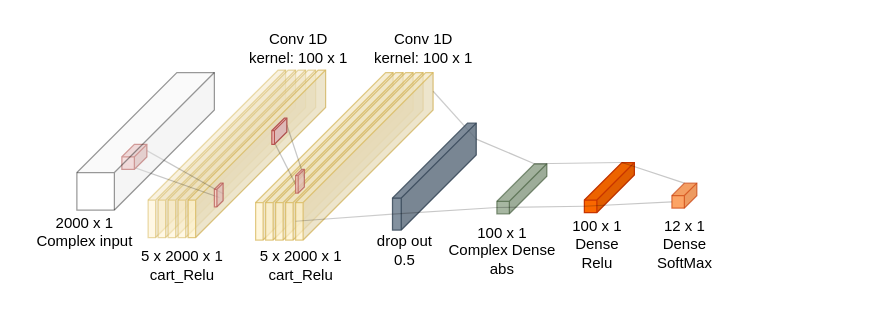
mkashani-phd/BLEWBAN_Dataset keeps this draw.io diagram as Examples/img/CVNN.drawio. Above is the earlier version. Source tidied: cells renumbered, new cells numbered last; positions are measured from the earlier drawing's top-left corner, leaving out a move shared by most shapes. Both pictures are drawn from the tidied source at 125%, with x=0, y=0 at pixel (21, 21).
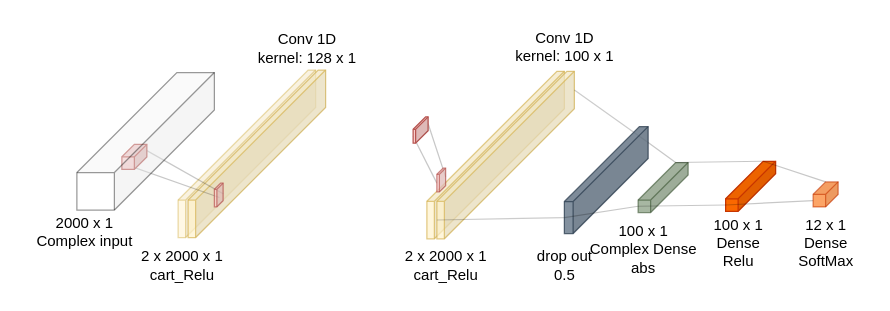
Above is the later version.

Diff of the diagram source:
```diff
@@
-    <mxCell id="3" value="Conv 1D&lt;br&gt;kernel: 100 x 1&lt;br&gt;" style="text;html=1;align=center;verticalAlign=middle;strokeColor=none;fillColor=none;" parent="1" vertex="1">
-      <mxGeometry x="171" y="0.5" width="100" height="40" as="geometry" />
+    <mxCell id="3" value="Conv 1D&lt;br&gt;kernel: 128 x 1" style="text;html=1;align=center;verticalAlign=middle;strokeColor=none;fillColor=none;" parent="1" vertex="1">
+      <mxGeometry x="177.5" y="0.5" width="100" height="40" as="geometry" />
     </mxCell>
-    <mxCell id="4" style="shape=cube;whiteSpace=wrap;html=1;boundedLbl=1;backgroundOutline=1;darkOpacity=0.05;darkOpacity2=0.1;size=104;rotation=0;flipV=0;flipH=1;fillColor=#fff2cc;strokeColor=#d6b656;opacity=50;" parent="1" vertex="1">
-      <mxGeometry x="101" y="38.5" width="110" height="134" as="geometry" />
-    </mxCell>
-    <mxCell id="5" style="shape=cube;whiteSpace=wrap;html=1;boundedLbl=1;backgroundOutline=1;darkOpacity=0.05;darkOpacity2=0.1;size=104;rotation=0;flipV=0;flipH=1;fillColor=#fff2cc;strokeColor=#d6b656;opacity=50;" parent="1" vertex="1">
-      <mxGeometry x="109" y="38.5" width="110" height="134" as="geometry" />
-    </mxCell>
-    <mxCell id="6" style="shape=cube;whiteSpace=wrap;html=1;boundedLbl=1;backgroundOutline=1;darkOpacity=0.05;darkOpacity2=0.1;size=104;rotation=0;flipV=0;flipH=1;fillColor=#fff2cc;strokeColor=#d6b656;opacity=50;" parent="1" vertex="1">
-      <mxGeometry x="117" y="38.5" width="110" height="134" as="geometry" />
-    </mxCell>
@@
-    <mxCell id="12" value="5 x 2000 x 1&lt;br&gt;cart_Relu" style="text;html=1;align=center;verticalAlign=middle;strokeColor=none;fillColor=none;" parent="1" vertex="1">
+    <mxCell id="12" value="2 x 2000 x 1&lt;br&gt;cart_Relu" style="text;html=1;align=center;verticalAlign=middle;strokeColor=none;fillColor=none;" parent="1" vertex="1">
       <mxGeometry x="83" y="174.5" width="90" height="40" as="geometry" />
     </mxCell>
     <mxCell id="13" value="Conv 1D&lt;br&gt;kernel: 100 x 1" style="text;html=1;align=center;verticalAlign=middle;strokeColor=none;fillColor=none;" parent="1" vertex="1">
-      <mxGeometry x="271" y="0.5" width="100" height="40" as="geometry" />
+      <mxGeometry x="384" y="-0.5" width="100" height="40" as="geometry" />
     </mxCell>
-    <mxCell id="14" style="shape=cube;whiteSpace=wrap;html=1;boundedLbl=1;backgroundOutline=1;darkOpacity=0.05;darkOpacity2=0.1;size=104;rotation=0;flipV=0;flipH=1;fillColor=#fff2cc;strokeColor=#d6b656;opacity=70;" parent="1" vertex="1">
-      <mxGeometry x="187" y="40.5" width="110" height="134" as="geometry" />
-    </mxCell>
-    <mxCell id="15" style="shape=cube;whiteSpace=wrap;html=1;boundedLbl=1;backgroundOutline=1;darkOpacity=0.05;darkOpacity2=0.1;size=104;rotation=0;flipV=0;flipH=1;fillColor=#fff2cc;strokeColor=#d6b656;opacity=70;" parent="1" vertex="1">
-      <mxGeometry x="195" y="40.5" width="110" height="134" as="geometry" />
-    </mxCell>
-    <mxCell id="16" style="shape=cube;whiteSpace=wrap;html=1;boundedLbl=1;backgroundOutline=1;darkOpacity=0.05;darkOpacity2=0.1;size=104;rotation=0;flipV=0;flipH=1;fillColor=#fff2cc;strokeColor=#d6b656;opacity=70;" parent="1" vertex="1">
-      <mxGeometry x="203" y="40.5" width="110" height="134" as="geometry" />
-    </mxCell>
     <mxCell id="17" style="shape=cube;whiteSpace=wrap;html=1;boundedLbl=1;backgroundOutline=1;darkOpacity=0.05;darkOpacity2=0.1;size=104;rotation=0;flipV=0;flipH=1;fillColor=#fff2cc;strokeColor=#d6b656;opacity=70;" parent="1" vertex="1">
-      <mxGeometry x="211" y="40.5" width="110" height="134" as="geometry" />
+      <mxGeometry x="324" y="39.5" width="110" height="134" as="geometry" />
     </mxCell>
     <mxCell id="18" style="shape=cube;whiteSpace=wrap;html=1;boundedLbl=1;backgroundOutline=1;darkOpacity=0.05;darkOpacity2=0.1;size=104;rotation=0;flipV=0;flipH=1;fillColor=#fff2cc;strokeColor=#d6b656;opacity=70;" parent="1" vertex="1">
-      <mxGeometry x="219" y="40.5" width="110" height="134" as="geometry" />
+      <mxGeometry x="332" y="39.5" width="110" height="134" as="geometry" />
     </mxCell>
@@
-    <mxCell id="21" value="5 x 2000 x 1&lt;br&gt;cart_Relu" style="text;html=1;align=center;verticalAlign=middle;strokeColor=none;fillColor=none;" parent="1" vertex="1">
-      <mxGeometry x="177.5" y="174.5" width="90" height="40" as="geometry" />
+    <mxCell id="21" value="2 x 2000 x 1&lt;br&gt;cart_Relu" style="text;html=1;align=center;verticalAlign=middle;strokeColor=none;fillColor=none;" parent="1" vertex="1">
+      <mxGeometry x="294" y="174.5" width="90" height="40" as="geometry" />
     </mxCell>
     <mxCell id="22" style="shape=cube;whiteSpace=wrap;html=1;boundedLbl=1;backgroundOutline=1;darkOpacity=0.05;darkOpacity2=0.1;size=10;rotation=0;flipV=0;flipH=1;fillColor=#f8cecc;strokeColor=#b85450;" parent="1" vertex="1">
-      <mxGeometry x="200" y="77" width="12" height="21" as="geometry" />
+      <mxGeometry x="313" y="76" width="12" height="21" as="geometry" />
     </mxCell>
     <mxCell id="23" style="shape=cube;whiteSpace=wrap;html=1;boundedLbl=1;backgroundOutline=1;darkOpacity=0.05;darkOpacity2=0.1;size=5;rotation=0;flipV=0;flipH=1;fillColor=#f8cecc;strokeColor=#b85450;opacity=70;" parent="1" vertex="1">
-      <mxGeometry x="219" y="118" width="7" height="19" as="geometry" />
+      <mxGeometry x="332" y="117" width="7" height="19" as="geometry" />
     </mxCell>
     <mxCell id="24" value="drop out&lt;br&gt;0.5" style="text;html=1;align=center;verticalAlign=middle;strokeColor=none;fillColor=none;" parent="1" vertex="1">
-      <mxGeometry x="271" y="162.5" width="70" height="40" as="geometry" />
+      <mxGeometry x="399" y="174.5" width="70" height="40" as="geometry" />
     </mxCell>
@@
     <mxCell id="27" value="&amp;nbsp;" style="shape=cube;whiteSpace=wrap;html=1;boundedLbl=1;backgroundOutline=1;darkOpacity=0.05;darkOpacity2=0.1;size=60;rotation=0;flipV=0;flipH=1;fillColor=#647687;strokeColor=#314354;fontColor=#ffffff;opacity=80;" parent="1" vertex="1">
-      <mxGeometry x="296.5" y="81" width="67" height="85.5" as="geometry" />
+      <mxGeometry x="434" y="83.8" width="67" height="85.5" as="geometry" />
     </mxCell>
     <mxCell id="28" style="shape=cube;whiteSpace=wrap;html=1;boundedLbl=1;backgroundOutline=1;darkOpacity=0.05;darkOpacity2=0.1;size=30;rotation=0;flipV=0;flipH=1;opacity=60;fillColor=#6d8764;fontColor=#ffffff;strokeColor=#3A5431;" parent="1" vertex="1">
-      <mxGeometry x="380" y="113.5" width="40" height="40" as="geometry" />
+      <mxGeometry x="493" y="112.5" width="40" height="40" as="geometry" />
     </mxCell>
@@
     <mxCell id="33" value="100 x 1&lt;br&gt;Complex Dense&lt;br&gt;abs" style="text;html=1;align=center;verticalAlign=middle;strokeColor=none;fillColor=none;" parent="1" vertex="1">
-      <mxGeometry x="329" y="152.5" width="110" height="60" as="geometry" />
+      <mxGeometry x="442" y="151.5" width="110" height="60" as="geometry" />
     </mxCell>
     <mxCell id="34" value="100 x 1&lt;br&gt;Dense&lt;br&gt;Relu" style="text;html=1;align=center;verticalAlign=middle;strokeColor=none;fillColor=none;" parent="1" vertex="1">
-      <mxGeometry x="430" y="148" width="60" height="60" as="geometry" />
+      <mxGeometry x="543" y="147" width="60" height="60" as="geometry" />
     </mxCell>
     <mxCell id="35" style="shape=cube;whiteSpace=wrap;html=1;boundedLbl=1;backgroundOutline=1;darkOpacity=0.05;darkOpacity2=0.1;size=10;rotation=0;flipV=0;flipH=1;opacity=60;fillColor=#fa6800;fontColor=#000000;strokeColor=#C73500;" parent="1" vertex="1">
-      <mxGeometry x="520" y="129" width="20" height="20" as="geometry" />
+      <mxGeometry x="633" y="128" width="20" height="20" as="geometry" />
     </mxCell>
@@
     <mxCell id="37" style="shape=cube;whiteSpace=wrap;html=1;boundedLbl=1;backgroundOutline=1;darkOpacity=0.05;darkOpacity2=0.1;size=30;rotation=0;flipV=0;flipH=1;fillColor=#fa6800;fontColor=#000000;strokeColor=#C73500;" parent="1" vertex="1">
-      <mxGeometry x="450" y="112.5" width="40" height="40" as="geometry" />
+      <mxGeometry x="563" y="111.5" width="40" height="40" as="geometry" />
     </mxCell>
@@
     <mxCell id="39" value="12 x 1&lt;br&gt;Dense&lt;br&gt;SoftMax" style="text;html=1;align=center;verticalAlign=middle;strokeColor=none;fillColor=none;" parent="1" vertex="1">
-      <mxGeometry x="495" y="148" width="70" height="60" as="geometry" />
+      <mxGeometry x="608" y="147" width="70" height="60" as="geometry" />
     </mxCell>
```
